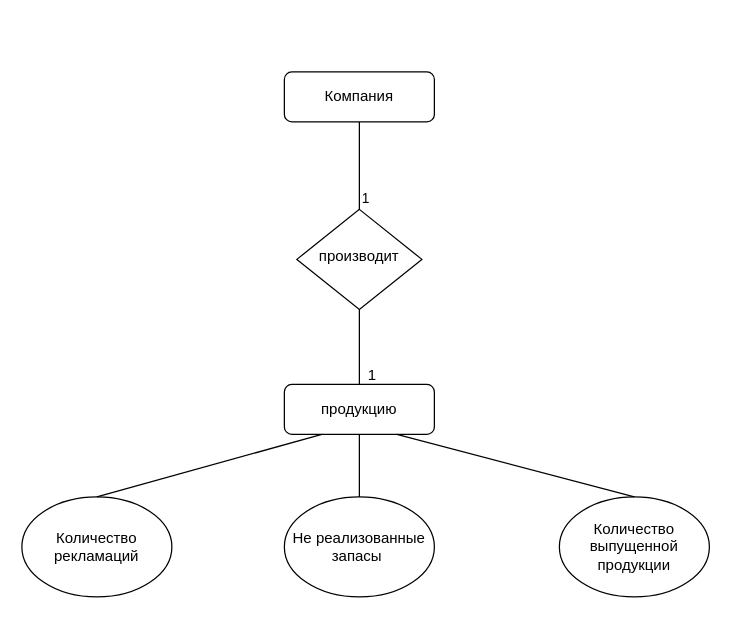
Above: Диаграмма без названия.drawio in Sergei686/Portfolio (draw.io), before the change. Source tidied: cells renumbered, new cells numbered last; positions are measured from the earlier drawing's top-left corner, leaving out a move shared by most shapes. Both pictures are drawn from the tidied source at 125%, with x=0, y=0 at pixel (21, 71).
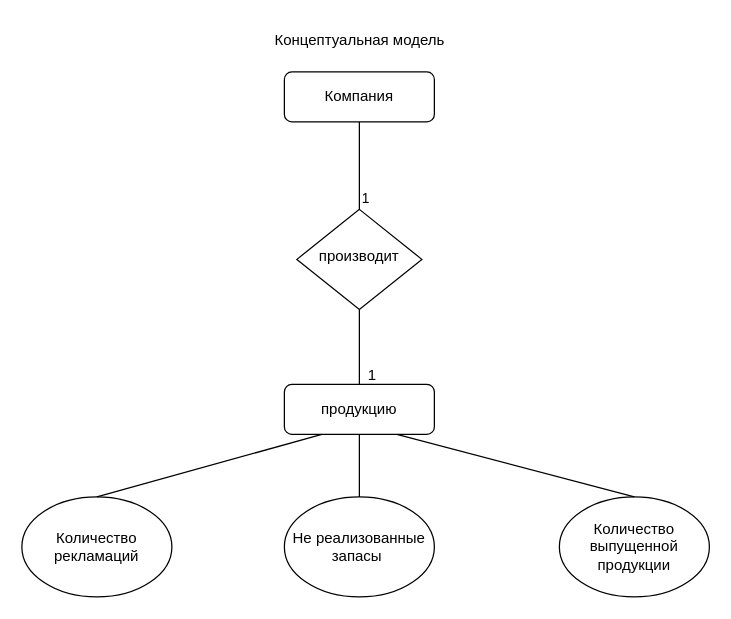
After the change.

Change to the diagram source:
```diff
@@
 <mxGraphModel>
   <root>
     <mxCell id="0" />
     <mxCell id="1" parent="0" />
     <mxCell id="2" value="Компания" style="rounded=1;whiteSpace=wrap;html=1;fontSize=12;glass=0;strokeWidth=1;shadow=0;" parent="1" vertex="1">
       <mxGeometry x="210" width="120" height="40" as="geometry" />
     </mxCell>
     <mxCell id="3" value="производит" style="rhombus;whiteSpace=wrap;html=1;shadow=0;fontFamily=Helvetica;fontSize=12;align=center;strokeWidth=1;spacing=6;spacingTop=-4;" parent="1" vertex="1">
       <mxGeometry x="220" y="110" width="100" height="80" as="geometry" />
     </mxCell>
     <mxCell id="4" value="продукцию" style="rounded=1;whiteSpace=wrap;html=1;fontSize=12;glass=0;strokeWidth=1;shadow=0;" parent="1" vertex="1">
       <mxGeometry x="210" y="250" width="120" height="40" as="geometry" />
     </mxCell>
     <mxCell id="5" value="Количество рекламаций" style="ellipse;whiteSpace=wrap;html=1;" parent="1" vertex="1">
       <mxGeometry y="340" width="120" height="80" as="geometry" />
     </mxCell>
     <mxCell id="6" value="Не реализованные запасы&amp;nbsp;" style="ellipse;whiteSpace=wrap;html=1;" parent="1" vertex="1">
       <mxGeometry x="210" y="340" width="120" height="80" as="geometry" />
     </mxCell>
     <mxCell id="7" value="Количество выпущенной продукции" style="ellipse;whiteSpace=wrap;html=1;" parent="1" vertex="1">
       <mxGeometry x="430" y="340" width="120" height="80" as="geometry" />
     </mxCell>
     <mxCell id="8" style="endArrow=none;html=1;rounded=0;entryX=0.5;entryY=1;entryDx=0;entryDy=0;exitX=0.5;exitY=0;exitDx=0;exitDy=0;" parent="1" edge="1" source="3" target="2">
       <mxGeometry relative="1" as="geometry" />
     </mxCell>
     <mxCell id="9" value="1" style="edgeLabel;html=1;align=center;verticalAlign=middle;" parent="8" vertex="1">
       <mxGeometry x="0.63" y="-4" relative="1" as="geometry">
         <mxPoint y="47" as="offset" />
       </mxGeometry>
     </mxCell>
     <mxCell id="10" style="endArrow=none;html=1;rounded=0;exitX=0.5;exitY=0;exitDx=0;exitDy=0;entryX=0.5;entryY=1;entryDx=0;entryDy=0;" parent="1" edge="1" source="6" target="4">
       <mxGeometry relative="1" as="geometry" />
     </mxCell>
     <mxCell id="11" style="endArrow=none;html=1;rounded=0;exitX=0.5;exitY=0;exitDx=0;exitDy=0;entryX=0.25;entryY=1;entryDx=0;entryDy=0;" parent="1" edge="1" source="5" target="4">
       <mxGeometry relative="1" as="geometry" />
     </mxCell>
     <mxCell id="12" style="endArrow=none;html=1;rounded=0;exitX=0.5;exitY=0;exitDx=0;exitDy=0;entryX=0.75;entryY=1;entryDx=0;entryDy=0;" parent="1" edge="1" source="7" target="4">
       <mxGeometry relative="1" as="geometry" />
     </mxCell>
     <mxCell id="13" style="endArrow=none;html=1;rounded=0;exitX=0.5;exitY=0;exitDx=0;exitDy=0;entryX=0.5;entryY=1;entryDx=0;entryDy=0;" parent="1" edge="1" source="4" target="3">
       <mxGeometry relative="1" as="geometry" />
     </mxCell>
     <mxCell id="14" value="1" style="text;html=1;align=center;verticalAlign=middle;strokeColor=none;fillColor=none;" parent="1" vertex="1">
       <mxGeometry x="265" y="228" width="30" height="30" as="geometry" />
     </mxCell>
+    <mxCell id="15" value="Концептуальная модель" style="text;html=1;align=center;verticalAlign=middle;strokeColor=none;fillColor=none;" parent="1" vertex="1">
+      <mxGeometry x="190" y="-40" width="160" height="30" as="geometry" />
+    </mxCell>
   </root>
 </mxGraphModel>
```
